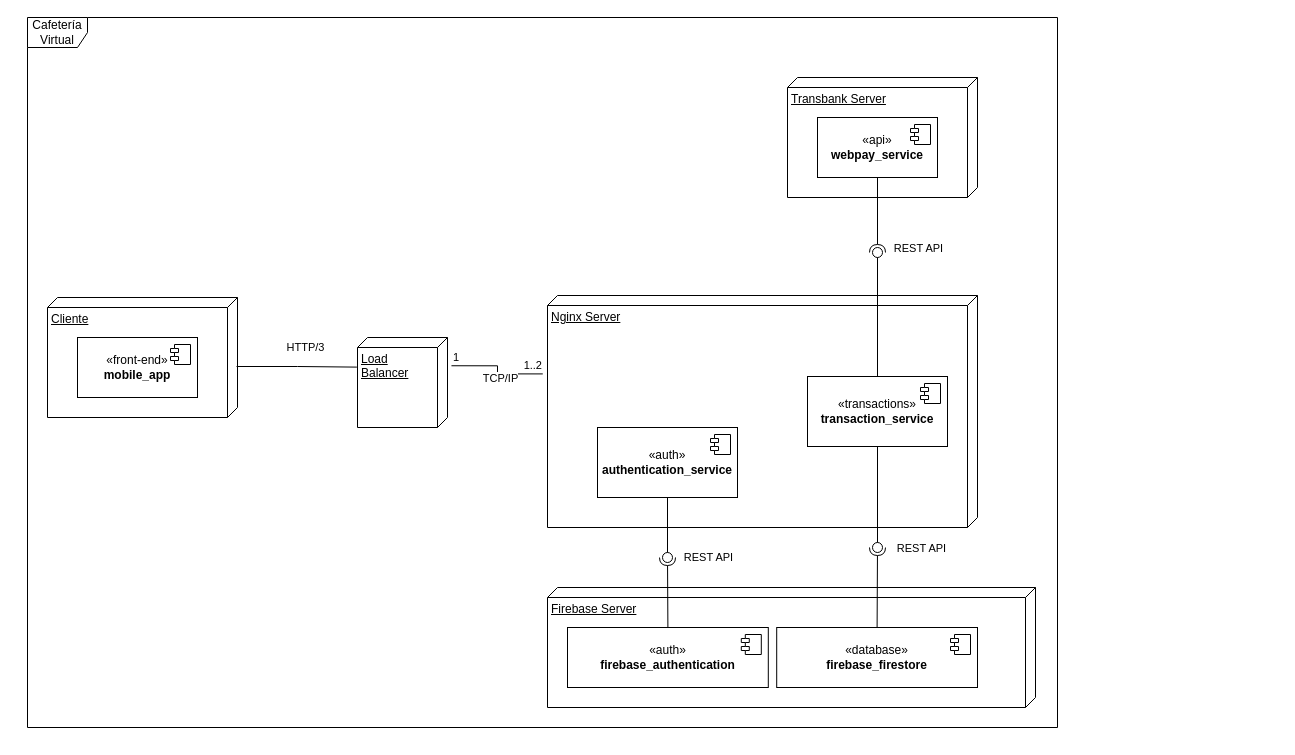
Above: deployment.drawio in TSYF/Docs_Cafeteria_Virtual (draw.io), before the change. Source tidied: cells renumbered, new cells numbered last; positions are measured from the earlier drawing's top-left corner, leaving out a move shared by most shapes. Both pictures are drawn from the tidied source at 100%, with x=0, y=0 at pixel (27, 17).
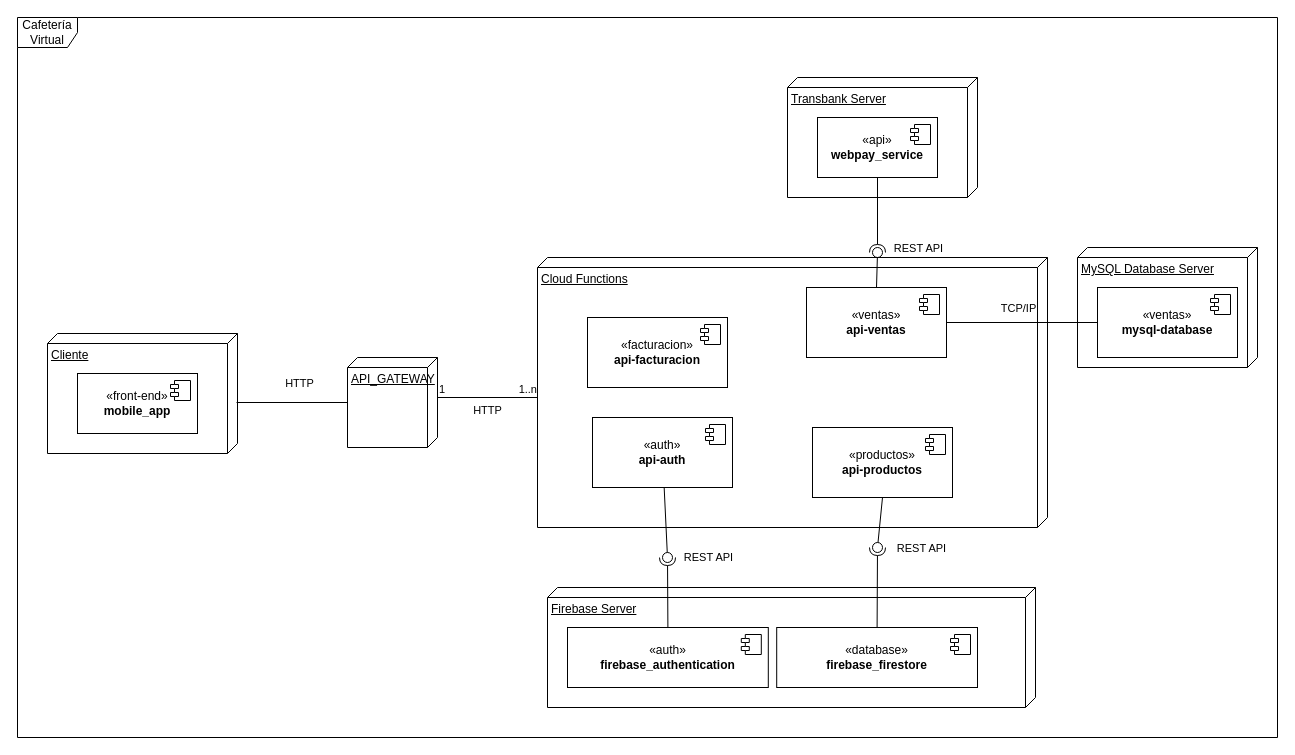
The same diagram, later.

Commit message (it also covers changes not shown here):
component & deployment entrega 2. WIP

Unchanged cells that the change refers to:
```xml
<mxCell id="5" value="Cliente" style="verticalAlign=top;align=left;spacingTop=8;spacingLeft=2;spacingRight=12;shape=cube;size=10;direction=south;fontStyle=4;html=1;whiteSpace=wrap;" parent="4" vertex="1">
  <mxGeometry width="190" height="120" as="geometry" />
</mxCell>
```

The edit, as a diff of the source:
```diff
@@
     <mxCell id="2" value="Cafetería Virtual" style="shape=umlFrame;whiteSpace=wrap;html=1;" parent="1" vertex="1">
-      <mxGeometry width="1030" height="710" as="geometry" />
+      <mxGeometry x="-10" width="1260" height="720" as="geometry" />
     </mxCell>
-    <mxCell id="3" value="Load Balancer" style="verticalAlign=top;align=left;spacingTop=8;spacingLeft=2;spacingRight=12;shape=cube;size=10;direction=south;fontStyle=4;html=1;whiteSpace=wrap;" parent="1" vertex="1">
-      <mxGeometry x="330" y="320" width="90" height="90" as="geometry" />
+    <mxCell id="3" value="API_GATEWAY" style="verticalAlign=top;align=left;spacingTop=8;spacingLeft=2;spacingRight=12;shape=cube;size=10;direction=south;fontStyle=4;html=1;whiteSpace=wrap;" parent="1" vertex="1">
+      <mxGeometry x="320" y="340" width="90" height="90" as="geometry" />
     </mxCell>
     <mxCell id="4" style="group;" parent="1" vertex="1">
-      <mxGeometry x="20" y="280" width="190" height="120" as="geometry" />
+      <mxGeometry x="20" y="316" width="190" height="120" as="geometry" />
     </mxCell>
@@
-    <mxCell id="8" style="edgeStyle=orthogonalEdgeStyle;rounded=0;jettySize=auto;html=1;endArrow=none;endFill=0;exitX=0.575;exitY=0.005;exitDx=0;exitDy=0;exitPerimeter=0;entryX=0.329;entryY=1.007;entryDx=0;entryDy=0;entryPerimeter=0;" parent="1" edge="1" source="5" target="3">
+    <mxCell id="8" style="rounded=0;jettySize=auto;html=1;endArrow=none;endFill=0;exitX=0.575;exitY=0.005;exitDx=0;exitDy=0;exitPerimeter=0;" parent="1" edge="1" source="5" target="3">
       <mxGeometry relative="1" as="geometry" />
     </mxCell>
-    <mxCell id="9" value="&lt;div&gt;HTTP/3&lt;/div&gt;" style="edgeLabel;html=1;align=center;verticalAlign=middle;" parent="8" vertex="1">
+    <mxCell id="9" value="&lt;div&gt;HTTP&lt;/div&gt;" style="edgeLabel;html=1;align=center;verticalAlign=middle;" parent="8" vertex="1">
       <mxGeometry x="0.4" y="1" relative="1" as="geometry">
         <mxPoint x="-16" y="-19" as="offset" />
       </mxGeometry>
     </mxCell>
-    <mxCell id="10" value="&lt;div&gt;Nginx Server&lt;/div&gt;" style="verticalAlign=top;align=left;spacingTop=8;spacingLeft=2;spacingRight=12;shape=cube;size=10;direction=south;fontStyle=4;html=1;whiteSpace=wrap;" parent="1" vertex="1">
-      <mxGeometry x="520" y="278" width="430" height="232" as="geometry" />
-    </mxCell>
-    <mxCell id="11" style="endArrow=none;html=1;edgeStyle=orthogonalEdgeStyle;rounded=0;exitX=0.314;exitY=-0.044;exitDx=0;exitDy=0;exitPerimeter=0;entryX=0.338;entryY=1.011;entryDx=0;entryDy=0;entryPerimeter=0;" parent="1" edge="1" source="3" target="10">
+    <mxCell id="11" style="endArrow=none;html=1;rounded=0;exitX=0;exitY=0;exitDx=40;exitDy=0;exitPerimeter=0;entryX=0;entryY=0;entryDx=140;entryDy=510;entryPerimeter=0;" parent="1" edge="1" source="3" target="40">
       <mxGeometry relative="1" as="geometry" />
     </mxCell>
@@
-    <mxCell id="13" value="&lt;div&gt;1..2&lt;/div&gt;" style="edgeLabel;html=1;align=right;verticalAlign=bottom;" parent="11" vertex="1">
+    <mxCell id="13" value="&lt;div&gt;1..n&lt;/div&gt;" style="edgeLabel;html=1;align=right;verticalAlign=bottom;" parent="11" vertex="1">
       <mxGeometry x="1" relative="1" as="geometry" />
     </mxCell>
-    <mxCell id="14" value="&lt;div&gt;TCP/IP&lt;/div&gt;" style="edgeLabel;html=1;align=center;verticalAlign=middle;" parent="11" vertex="1">
+    <mxCell id="14" value="&lt;div&gt;HTTP&lt;/div&gt;" style="edgeLabel;html=1;align=center;verticalAlign=middle;" parent="11" vertex="1">
       <mxGeometry x="-0.2" relative="1" as="geometry">
         <mxPoint x="9" y="12" as="offset" />
       </mxGeometry>
     </mxCell>
-    <mxCell id="15" value="&lt;div&gt;«transactions»&lt;/div&gt;&lt;div&gt;&lt;b&gt;transaction_service&lt;/b&gt;&lt;/div&gt;" style="html=1;whiteSpace=wrap;" parent="1" vertex="1">
-      <mxGeometry x="780" y="359" width="140" height="70" as="geometry" />
-    </mxCell>
-    <mxCell id="16" style="shape=module;jettyWidth=8;jettyHeight=4;" parent="15" vertex="1">
-      <mxGeometry x="1" width="20" height="20" relative="1" as="geometry">
-        <mxPoint x="-27" y="7" as="offset" />
-      </mxGeometry>
-    </mxCell>
@@
-    <mxCell id="25" style="rounded=0;jettySize=auto;html=1;endArrow=oval;endFill=0;sketch=0;sourcePerimeterSpacing=0;targetPerimeterSpacing=0;endSize=10;exitX=0.5;exitY=0;exitDx=0;exitDy=0;" parent="1" edge="1" source="15">
-      <mxGeometry relative="1" as="geometry">
-        <mxPoint x="850" y="235" as="targetPoint" />
-      </mxGeometry>
-    </mxCell>
+    <mxCell id="40" value="Cloud Functions" style="verticalAlign=top;align=left;spacingTop=8;spacingLeft=2;spacingRight=12;shape=cube;size=10;direction=south;fontStyle=4;html=1;whiteSpace=wrap;" parent="1" vertex="1">
+      <mxGeometry x="510" y="240" width="510" height="270" as="geometry" />
+    </mxCell>
-    <mxCell id="26" value="&lt;div&gt;«auth»&lt;/div&gt;&lt;div&gt;&lt;b&gt;authentication_service&lt;/b&gt;&lt;/div&gt;" style="html=1;whiteSpace=wrap;" parent="1" vertex="1">
-      <mxGeometry x="570" y="410" width="140" height="70" as="geometry" />
+    <mxCell id="26" value="&lt;div&gt;«auth»&lt;/div&gt;&lt;div&gt;&lt;b&gt;api-auth&lt;/b&gt;&lt;/div&gt;" style="html=1;whiteSpace=wrap;" parent="1" vertex="1">
+      <mxGeometry x="565" y="400" width="140" height="70" as="geometry" />
     </mxCell>
@@
-    <mxCell id="36" style="rounded=0;jettySize=auto;html=1;endArrow=oval;endFill=0;sketch=0;sourcePerimeterSpacing=0;targetPerimeterSpacing=0;endSize=10;exitX=0.5;exitY=1;exitDx=0;exitDy=0;" parent="1" edge="1" source="15">
+    <mxCell id="36" style="rounded=0;jettySize=auto;html=1;endArrow=oval;endFill=0;sketch=0;sourcePerimeterSpacing=0;targetPerimeterSpacing=0;endSize=10;exitX=0.5;exitY=1;exitDx=0;exitDy=0;" parent="1" edge="1" source="48">
       <mxGeometry relative="1" as="geometry">
         <mxPoint x="850" y="530" as="targetPoint" />
       </mxGeometry>
     </mxCell>
@@
-    <mxCell id="39" style="rounded=0;jettySize=auto;html=1;endArrow=oval;endFill=0;sketch=0;sourcePerimeterSpacing=0;targetPerimeterSpacing=0;endSize=10;exitX=0.5;exitY=1;exitDx=0;exitDy=0;" parent="1" edge="1" source="26">
+    <mxCell id="39" style="rounded=0;jettySize=auto;html=1;endArrow=oval;endFill=0;sketch=0;sourcePerimeterSpacing=0;targetPerimeterSpacing=0;endSize=10;" parent="1" edge="1" source="26">
       <mxGeometry relative="1" as="geometry">
         <mxPoint x="640" y="540" as="targetPoint" />
       </mxGeometry>
     </mxCell>
+    <mxCell id="15" value="&lt;div&gt;«ventas»&lt;/div&gt;&lt;div&gt;&lt;b&gt;api-ventas&lt;/b&gt;&lt;/div&gt;" style="html=1;whiteSpace=wrap;" parent="1" vertex="1">
+      <mxGeometry x="779" y="270" width="140" height="70" as="geometry" />
+    </mxCell>
+    <mxCell id="16" style="shape=module;jettyWidth=8;jettyHeight=4;" parent="15" vertex="1">
+      <mxGeometry x="1" width="20" height="20" relative="1" as="geometry">
+        <mxPoint x="-27" y="7" as="offset" />
+      </mxGeometry>
+    </mxCell>
+    <mxCell id="25" style="rounded=0;jettySize=auto;html=1;endArrow=oval;endFill=0;sketch=0;sourcePerimeterSpacing=0;targetPerimeterSpacing=0;endSize=10;exitX=0.5;exitY=0;exitDx=0;exitDy=0;" parent="1" edge="1" source="15">
+      <mxGeometry relative="1" as="geometry">
+        <mxPoint x="850" y="235" as="targetPoint" />
+      </mxGeometry>
+    </mxCell>
+    <mxCell id="41" value="MySQL Database Server" style="verticalAlign=top;align=left;spacingTop=8;spacingLeft=2;spacingRight=12;shape=cube;size=10;direction=south;fontStyle=4;html=1;whiteSpace=wrap;" parent="1" vertex="1">
+      <mxGeometry x="1050" y="230" width="180" height="120" as="geometry" />
+    </mxCell>
+    <mxCell id="42" value="&lt;div&gt;«ventas»&lt;/div&gt;&lt;div&gt;&lt;b&gt;mysql-database&lt;/b&gt;&lt;/div&gt;" style="html=1;whiteSpace=wrap;" parent="1" vertex="1">
+      <mxGeometry x="1070" y="270" width="140" height="70" as="geometry" />
+    </mxCell>
+    <mxCell id="43" style="shape=module;jettyWidth=8;jettyHeight=4;" parent="42" vertex="1">
+      <mxGeometry x="1" width="20" height="20" relative="1" as="geometry">
+        <mxPoint x="-27" y="7" as="offset" />
+      </mxGeometry>
+    </mxCell>
+    <mxCell id="44" style="edgeStyle=none;html=1;entryX=0;entryY=0.5;entryDx=0;entryDy=0;endArrow=none;endFill=0;exitX=1;exitY=0.5;exitDx=0;exitDy=0;" parent="1" edge="1" source="15" target="42">
+      <mxGeometry relative="1" as="geometry" />
+    </mxCell>
+    <mxCell id="45" value="TCP/IP" style="edgeLabel;html=1;align=center;verticalAlign=middle;" parent="44" vertex="1">
+      <mxGeometry x="0.13" relative="1" as="geometry">
+        <mxPoint x="-14" y="-15" as="offset" />
+      </mxGeometry>
+    </mxCell>
+    <mxCell id="46" value="&lt;div&gt;«facturacion»&lt;/div&gt;&lt;div&gt;&lt;b&gt;api-facturacion&lt;/b&gt;&lt;/div&gt;" style="html=1;whiteSpace=wrap;" parent="1" vertex="1">
+      <mxGeometry x="560" y="300" width="140" height="70" as="geometry" />
+    </mxCell>
+    <mxCell id="47" style="shape=module;jettyWidth=8;jettyHeight=4;" parent="46" vertex="1">
+      <mxGeometry x="1" width="20" height="20" relative="1" as="geometry">
+        <mxPoint x="-27" y="7" as="offset" />
+      </mxGeometry>
+    </mxCell>
+    <mxCell id="48" value="&lt;div&gt;«productos»&lt;/div&gt;&lt;div&gt;&lt;b&gt;api-productos&lt;/b&gt;&lt;/div&gt;" style="html=1;whiteSpace=wrap;" parent="1" vertex="1">
+      <mxGeometry x="785" y="410" width="140" height="70" as="geometry" />
+    </mxCell>
+    <mxCell id="49" style="shape=module;jettyWidth=8;jettyHeight=4;" parent="48" vertex="1">
+      <mxGeometry x="1" width="20" height="20" relative="1" as="geometry">
+        <mxPoint x="-27" y="7" as="offset" />
+      </mxGeometry>
+    </mxCell>
```
